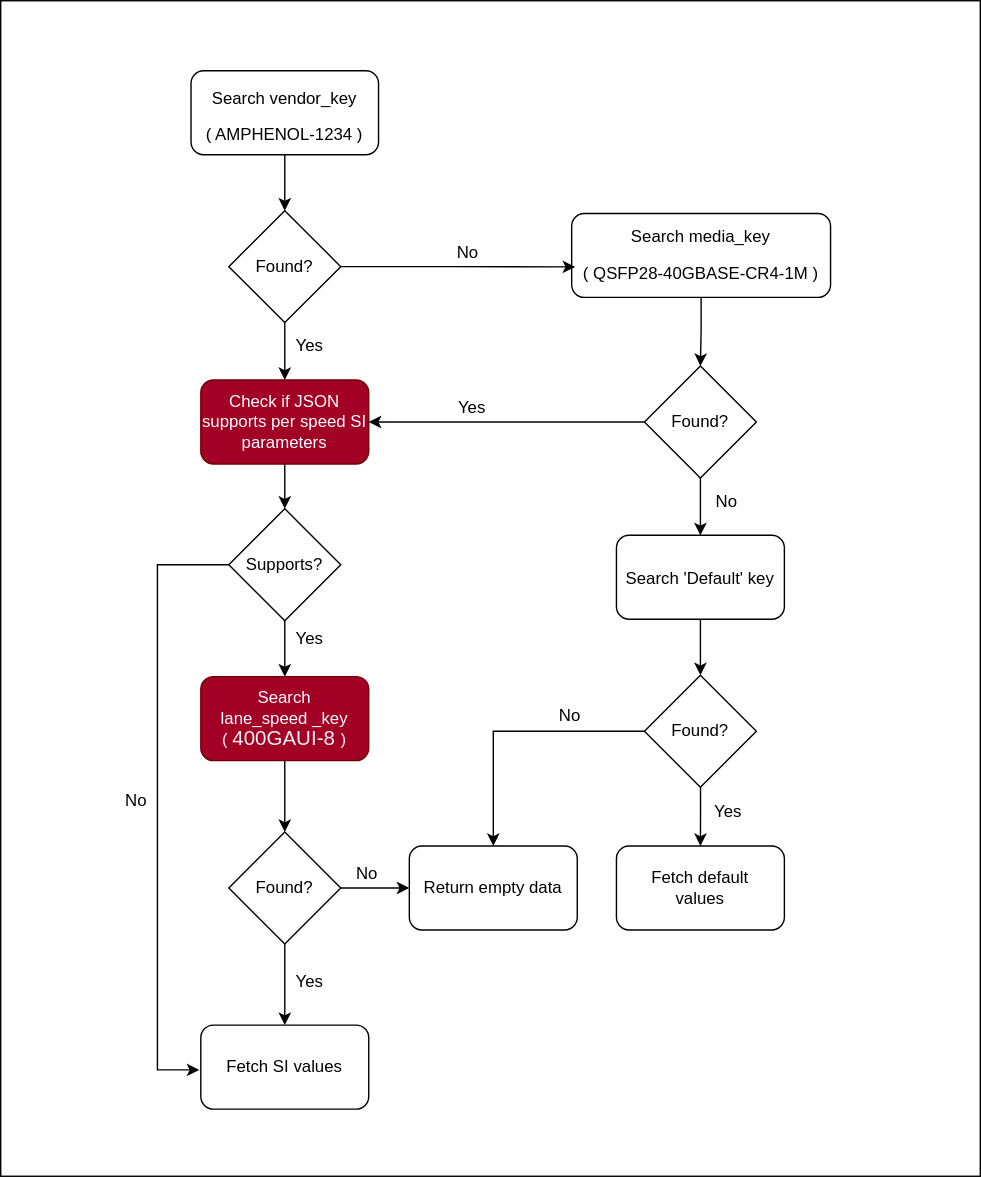
This is doc/port-si/parser_flow.drawio.svg from sonic-net/SONiC, a draw.io export, as it was before one commit. Source tidied: cells renumbered, new cells last; positions are measured from the earlier drawing's top-left corner, leaving out a move shared by most shapes.
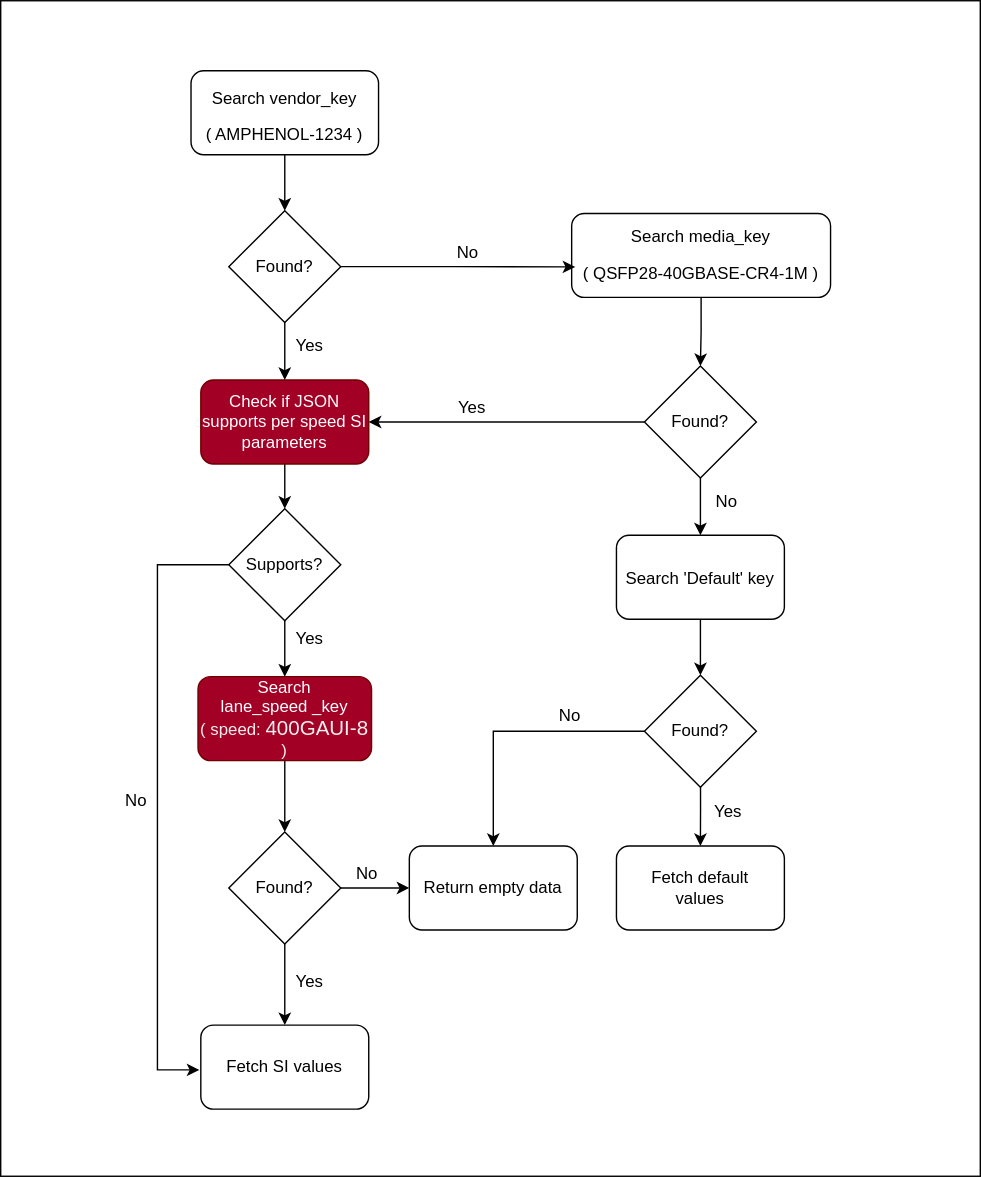
After the change.

Commit message:
Updated the HLD to rely on CONFIG_DB instead of STATE_DB for detecting speed change events.

What changed in the source:
```diff
@@ -35,8 +35,8 @@
     <mxCell id="12" style="edgeStyle=orthogonalEdgeStyle;rounded=0;jettySize=auto;html=1;" parent="1" edge="1" source="13" target="19">
       <mxGeometry relative="1" as="geometry" />
     </mxCell>
-    <mxCell id="13" value="Search &lt;br&gt;lane_speed _key&lt;br&gt;&lt;span style=&quot;color: rgb(240, 240, 240);&quot;&gt;(&amp;nbsp;&lt;/span&gt;&lt;span style=&quot;color: rgb(240, 240, 240); font-size: 11pt; line-height: 15.6933px; font-family: Calibri, sans-serif;&quot; lang=&quot;EN-US&quot;&gt;400GAUI-8&amp;nbsp;&lt;/span&gt;&lt;span style=&quot;color: rgb(240, 240, 240);&quot;&gt;)&lt;/span&gt;" style="rounded=1;whiteSpace=wrap;html=1;fillColor=#a20025;fontColor=#ffffff;strokeColor=#6F0000;" parent="1" vertex="1">
-      <mxGeometry x="143" y="483" width="120" height="60" as="geometry" />
+    <mxCell id="13" value="Search &lt;br&gt;lane_speed _key&lt;br&gt;&lt;span style=&quot;color: rgb(240, 240, 240);&quot;&gt;( speed:&lt;/span&gt;&lt;span style=&quot;color: rgb(240, 240, 240); font-size: 11pt; line-height: 15.6933px; font-family: Calibri, sans-serif;&quot; lang=&quot;EN-US&quot;&gt;400GAUI-8&amp;nbsp;&lt;/span&gt;&lt;span style=&quot;color: rgb(240, 240, 240);&quot;&gt;)&lt;/span&gt;" style="rounded=1;whiteSpace=wrap;html=1;fillColor=#a20025;fontColor=#ffffff;strokeColor=#6F0000;" parent="1" vertex="1">
+      <mxGeometry x="141" y="483" width="124" height="60" as="geometry" />
     </mxCell>
     <mxCell id="14" style="edgeStyle=orthogonalEdgeStyle;rounded=0;jettySize=auto;html=1;" parent="1" edge="1" source="16" target="13">
       <mxGeometry relative="1" as="geometry" />
```
